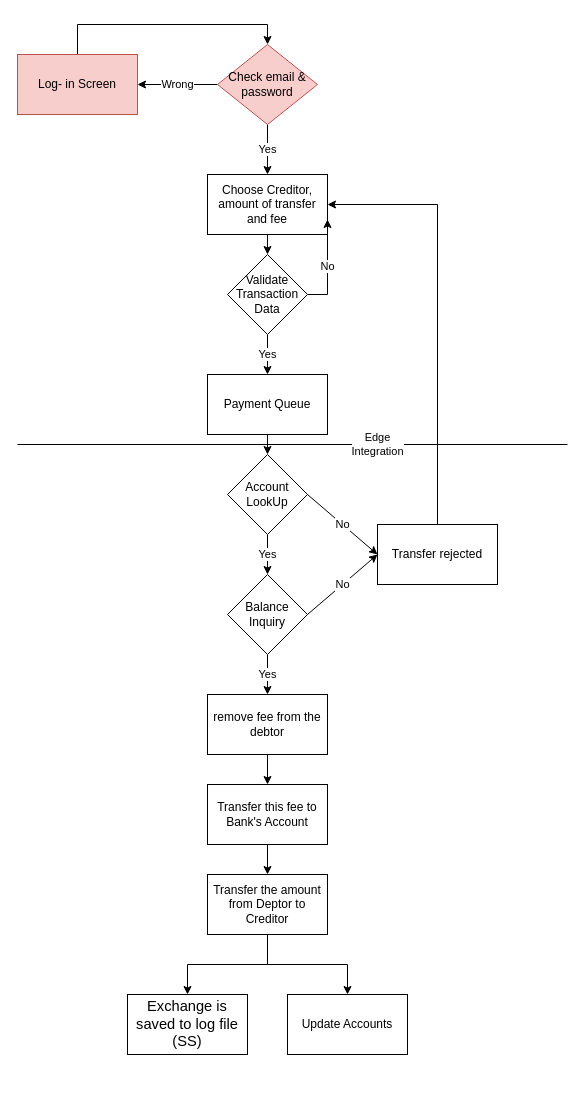
Before: page "Payment" (1 of 2) of Untitled Diagram.drawio in Alexander92j/Fintech-PF7-Team5, a draw.io diagram. Source tidied: cells renumbered, new cells numbered last; positions are measured from the earlier drawing's top-left corner, leaving out a move shared by most shapes. Both pictures are drawn from the tidied source at 100%, with x=0, y=0 at pixel (17, 44).
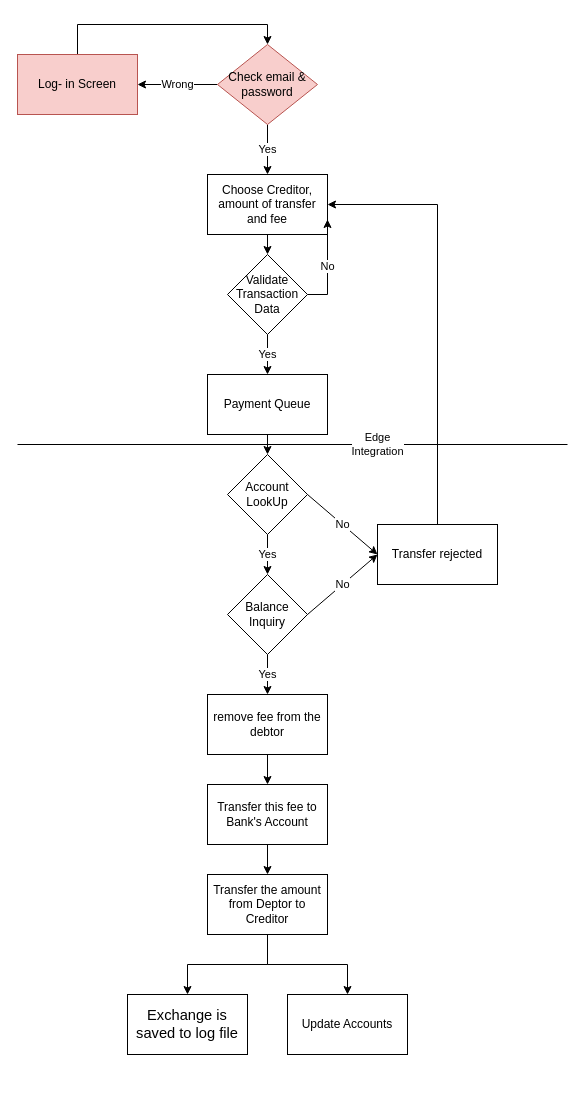
The same diagram, later.

Change to the diagram source:
```diff
@@
-    <mxCell id="9" value="&#10;&#10;&lt;b style=&quot;font-weight: normal&quot; id=&quot;docs-internal-guid-dbb8c8f2-7fff-a67b-86fc-b061e086bc53&quot;&gt;&lt;span style=&quot;font-size: 11pt; font-family: arial; color: rgb(0, 0, 0); background-color: transparent; font-weight: 400; font-style: normal; font-variant: normal; text-decoration: none; vertical-align: baseline;&quot;&gt;Exchange is saved to log file (SS)&lt;/span&gt;&lt;/b&gt;&#10;&#10;" style="whiteSpace=wrap;html=1;" parent="1" vertex="1">
+    <mxCell id="9" value="&lt;b style=&quot;font-weight: normal&quot; id=&quot;docs-internal-guid-dbb8c8f2-7fff-a67b-86fc-b061e086bc53&quot;&gt;&lt;span style=&quot;font-size: 11pt ; font-family: &amp;#34;arial&amp;#34; ; color: rgb(0 , 0 , 0) ; background-color: transparent ; font-weight: 400 ; font-style: normal ; font-variant: normal ; text-decoration: none ; vertical-align: baseline&quot;&gt;Exchange is saved to log file&lt;/span&gt;&lt;/b&gt;" style="whiteSpace=wrap;html=1;" parent="1" vertex="1">
       <mxGeometry x="110" y="950" width="120" height="60" as="geometry" />
     </mxCell>
```
